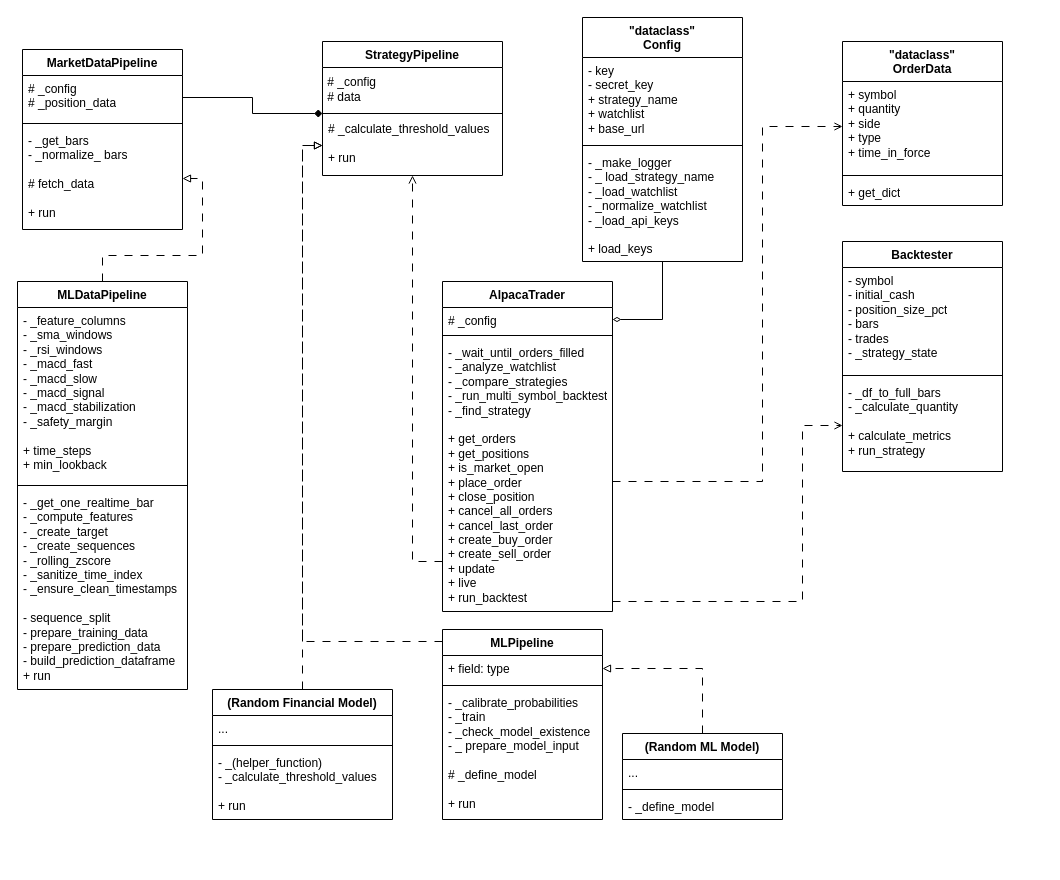
The draw.io diagram figures/backend_design.drawio in MiladTootoonchi/Live-Trading-Platform, before the edit. Source tidied: cells renumbered, new cells numbered last; positions are measured from the earlier drawing's top-left corner, leaving out a move shared by most shapes. Both pictures are drawn from the tidied source at 100%, with x=0, y=0 at pixel (17, 17).
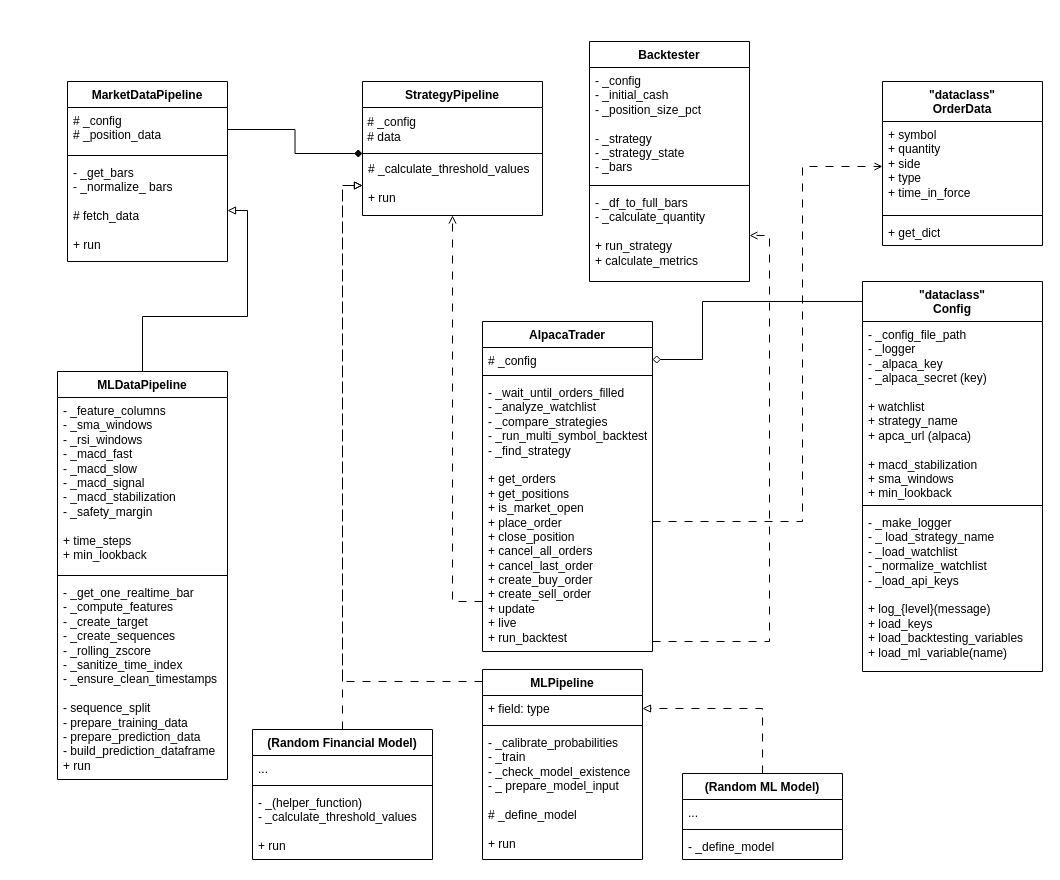
After the change.

Commit message:
Updated config and backtester, and some arrows

The change refers to these unchanged cells:
```xml
<mxCell id="5" value="&lt;div&gt;- _get_bars&lt;span style=&quot;background-color: transparent; color: light-dark(rgb(0, 0, 0), rgb(255, 255, 255));&quot;&gt;&lt;/span&gt;&lt;/div&gt;&lt;div&gt;- _normalize_ bars&lt;/div&gt;&lt;div&gt;&lt;br&gt;&lt;/div&gt;&lt;div&gt;&lt;span style=&quot;background-color: transparent; color: light-dark(rgb(0, 0, 0), rgb(255, 255, 255));&quot;&gt;# fetch_data&lt;/span&gt;&lt;/div&gt;&lt;div&gt;&lt;span style=&quot;background-color: transparent; color: light-dark(rgb(0, 0, 0), rgb(255, 255, 255));&quot;&gt;&lt;br&gt;&lt;/span&gt;&lt;/div&gt;&lt;div&gt;&lt;span style=&quot;background-color: transparent; color: light-dark(rgb(0, 0, 0), rgb(255, 255, 255));&quot;&gt;+ run&lt;/span&gt;&lt;/div&gt;" style="text;strokeColor=none;fillColor=none;align=left;verticalAlign=top;spacingLeft=4;spacingRight=4;overflow=hidden;points=[[0,0.5],[1,0.5]];portConstraint=eastwest;whiteSpace=wrap;html=1;" parent="2" vertex="1">
  <mxGeometry y="78" width="160" height="102" as="geometry" />
</mxCell>
<mxCell id="19" value="&lt;div&gt;# _calculate_threshold_values&amp;nbsp;&lt;/div&gt;&lt;div&gt;&lt;br&gt;&lt;/div&gt;+ run" style="text;strokeColor=none;fillColor=none;align=left;verticalAlign=top;spacingLeft=4;spacingRight=4;overflow=hidden;points=[[0,0.5],[1,0.5]];portConstraint=eastwest;whiteSpace=wrap;html=1;" parent="16" vertex="1">
  <mxGeometry y="74" width="180" height="60" as="geometry" />
</mxCell>
<mxCell id="26" value="# _config" style="text;strokeColor=none;fillColor=none;align=left;verticalAlign=top;spacingLeft=4;spacingRight=4;overflow=hidden;points=[[0,0.5],[1,0.5]];portConstraint=eastwest;whiteSpace=wrap;html=1;" parent="25" vertex="1">
  <mxGeometry y="26" width="170" height="24" as="geometry" />
</mxCell>
<mxCell id="28" value="- _wait_until_orders_filled&lt;div&gt;- _analyze_watchlist&lt;/div&gt;&lt;div&gt;- _compare_strategies&lt;/div&gt;&lt;div&gt;- _run_multi_symbol_backtest&lt;/div&gt;&lt;div&gt;- _find_strategy&lt;/div&gt;&lt;div&gt;&lt;br&gt;&lt;/div&gt;&lt;div&gt;+ get_orders&lt;/div&gt;&lt;div&gt;+ get_positions&lt;/div&gt;&lt;div&gt;+ is_market_open&lt;/div&gt;&lt;div&gt;+ place_order&lt;/div&gt;&lt;div&gt;+ close_position&lt;/div&gt;&lt;div&gt;+ cancel_all_orders&lt;/div&gt;&lt;div&gt;+ cancel_last_order&lt;/div&gt;&lt;div&gt;+ create_buy_order&lt;/div&gt;&lt;div&gt;+ create_sell_order&lt;/div&gt;&lt;div&gt;+ update&lt;/div&gt;&lt;div&gt;+ live&lt;/div&gt;&lt;div&gt;+ run_backtest&lt;/div&gt;" style="text;strokeColor=none;fillColor=none;align=left;verticalAlign=top;spacingLeft=4;spacingRight=4;overflow=hidden;points=[[0,0.5],[1,0.5]];portConstraint=eastwest;whiteSpace=wrap;html=1;" parent="25" vertex="1">
  <mxGeometry y="58" width="170" height="272" as="geometry" />
</mxCell>
<mxCell id="46" value="+ symbol&lt;div&gt;+ quantity&amp;nbsp;&lt;/div&gt;&lt;div&gt;+ side&lt;/div&gt;&lt;div&gt;+ type&amp;nbsp;&lt;/div&gt;&lt;div&gt;+ time_in_force&lt;/div&gt;" style="text;strokeColor=none;fillColor=none;align=left;verticalAlign=top;spacingLeft=4;spacingRight=4;overflow=hidden;points=[[0,0.5],[1,0.5]];portConstraint=eastwest;whiteSpace=wrap;html=1;" parent="45" vertex="1">
  <mxGeometry y="40" width="160" height="90" as="geometry" />
</mxCell>
```

Diff of the diagram source:
```diff
@@
     <mxCell id="2" value="Market&lt;span style=&quot;background-color: transparent; color: light-dark(rgb(0, 0, 0), rgb(255, 255, 255));&quot;&gt;DataPipeline&lt;/span&gt;" style="swimlane;fontStyle=1;align=center;verticalAlign=top;horizontal=1;startSize=26;whiteSpace=wrap;html=1;" parent="1" vertex="1">
-      <mxGeometry x="5" y="32" width="160" height="180" as="geometry" />
+      <mxGeometry x="50" y="64" width="160" height="180" as="geometry" />
     </mxCell>
@@
-    <mxCell id="6" style="edgeStyle=orthogonalEdgeStyle;rounded=0;jettySize=auto;html=1;entryX=1;entryY=0.5;entryDx=0;entryDy=0;endArrow=diamondThin;endFill=0;" parent="1" edge="1" source="7" target="26">
-      <mxGeometry relative="1" as="geometry" />
+    <mxCell id="6" style="edgeStyle=orthogonalEdgeStyle;rounded=0;jettySize=auto;html=1;entryX=1;entryY=0.5;entryDx=0;entryDy=0;endArrow=diamond;endFill=0;" parent="1" edge="1" source="7" target="26">
+      <mxGeometry relative="1" as="geometry">
+        <Array as="points">
+          <mxPoint x="685" y="284" />
+          <mxPoint x="685" y="342" />
+        </Array>
+      </mxGeometry>
     </mxCell>
     <mxCell id="7" value="&lt;div&gt;&quot;dataclass&quot;&lt;/div&gt;Config" style="swimlane;fontStyle=1;align=center;verticalAlign=top;horizontal=1;startSize=40;whiteSpace=wrap;html=1;" parent="1" vertex="1">
-      <mxGeometry x="565" width="160" height="244" as="geometry" />
+      <mxGeometry x="845" y="264" width="180" height="390" as="geometry" />
     </mxCell>
-    <mxCell id="8" value="- key&lt;div&gt;- secret_key&lt;/div&gt;&lt;div&gt;+ strategy_name&lt;/div&gt;&lt;div&gt;+ watchlist&lt;/div&gt;&lt;div&gt;+ base_url&lt;/div&gt;" style="text;strokeColor=none;fillColor=none;align=left;verticalAlign=top;spacingLeft=4;spacingRight=4;overflow=hidden;whiteSpace=wrap;html=1;" parent="7" vertex="1">
-      <mxGeometry y="40" width="160" height="84" as="geometry" />
-    </mxCell>
-    <mxCell id="9" style="line;strokeWidth=1;fillColor=none;align=left;verticalAlign=middle;spacingTop=-1;spacingLeft=3;spacingRight=3;labelPosition=right;strokeColor=inherit;" parent="7" vertex="1">
-      <mxGeometry y="124" width="160" height="8" as="geometry" />
-    </mxCell>
-    <mxCell id="10" value="&lt;div&gt;- _make_logger&lt;/div&gt;&lt;div&gt;- _ load_strategy_name&lt;/div&gt;&lt;div&gt;- _load_watchlist&lt;/div&gt;&lt;div&gt;- _normalize_watchlist&lt;/div&gt;&lt;div&gt;- _load_api_keys&lt;/div&gt;&lt;div&gt;&lt;br&gt;&lt;/div&gt;&lt;div&gt;+ load_keys&lt;/div&gt;" style="text;strokeColor=none;fillColor=none;align=left;verticalAlign=top;spacingLeft=4;spacingRight=4;overflow=hidden;whiteSpace=wrap;html=1;" parent="7" vertex="1">
-      <mxGeometry y="132" width="160" height="112" as="geometry" />
-    </mxCell>
+    <mxCell id="51" value="- _config_file_path&lt;div&gt;- _logger&lt;/div&gt;&lt;div&gt;- _alpaca_key&lt;/div&gt;&lt;div&gt;- _alpaca_secret (key)&lt;/div&gt;&lt;div&gt;&lt;br&gt;&lt;/div&gt;&lt;div&gt;+ watchlist&lt;/div&gt;&lt;div&gt;+ strategy_name&lt;/div&gt;&lt;div&gt;+ apca_url (alpaca)&lt;/div&gt;&lt;div&gt;&lt;br&gt;&lt;/div&gt;&lt;div&gt;+ macd_stabilization&lt;/div&gt;&lt;div&gt;+ sma_windows&lt;/div&gt;&lt;div&gt;+ min_lookback&lt;/div&gt;&lt;div&gt;&lt;br&gt;&lt;/div&gt;" style="text;strokeColor=none;fillColor=none;align=left;verticalAlign=top;spacingLeft=4;spacingRight=4;overflow=hidden;whiteSpace=wrap;html=1;" parent="7" vertex="1">
+      <mxGeometry y="40" width="180" height="180" as="geometry" />
+    </mxCell>
+    <mxCell id="52" style="line;strokeWidth=1;fillColor=none;align=left;verticalAlign=middle;spacingTop=-1;spacingLeft=3;spacingRight=3;labelPosition=right;strokeColor=inherit;" parent="7" vertex="1">
+      <mxGeometry y="220" width="180" height="8" as="geometry" />
+    </mxCell>
+    <mxCell id="53" value="&lt;div&gt;- _make_logger&lt;/div&gt;&lt;div&gt;- _ load_strategy_name&lt;/div&gt;&lt;div&gt;- _load_watchlist&lt;/div&gt;&lt;div&gt;- _normalize_watchlist&lt;/div&gt;&lt;div&gt;- _load_api_keys&lt;/div&gt;&lt;div&gt;&lt;br&gt;&lt;/div&gt;&lt;div&gt;+ log_{level}(message)&lt;/div&gt;&lt;div&gt;+ load_keys&lt;/div&gt;&lt;div&gt;+ load_backtesting_variables&lt;/div&gt;&lt;div&gt;+ load_ml_variable(name)&lt;/div&gt;" style="text;strokeColor=none;fillColor=none;align=left;verticalAlign=top;spacingLeft=4;spacingRight=4;overflow=hidden;whiteSpace=wrap;html=1;" parent="7" vertex="1">
+      <mxGeometry y="228" width="180" height="162" as="geometry" />
+    </mxCell>
-    <mxCell id="11" style="edgeStyle=orthogonalEdgeStyle;rounded=0;jettySize=auto;html=1;entryX=1;entryY=0.5;entryDx=0;entryDy=0;endArrow=block;endFill=0;dashed=1;dashPattern=8 8;" parent="1" edge="1" source="12" target="5">
+    <mxCell id="11" style="edgeStyle=orthogonalEdgeStyle;rounded=0;jettySize=auto;html=1;entryX=1;entryY=0.5;entryDx=0;entryDy=0;endArrow=block;endFill=0;" parent="1" edge="1" source="12" target="5">
       <mxGeometry relative="1" as="geometry" />
     </mxCell>
     <mxCell id="12" value="MLDataPipeline" style="swimlane;fontStyle=1;align=center;verticalAlign=top;horizontal=1;startSize=26;whiteSpace=wrap;html=1;" parent="1" vertex="1">
-      <mxGeometry y="264" width="170" height="408" as="geometry" />
+      <mxGeometry x="40" y="354" width="170" height="408" as="geometry" />
     </mxCell>
@@
     <mxCell id="16" value="StrategyPipeline" style="swimlane;fontStyle=1;align=center;verticalAlign=top;horizontal=1;startSize=26;whiteSpace=wrap;html=1;" parent="1" vertex="1">
-      <mxGeometry x="305" y="24" width="180" height="134" as="geometry" />
+      <mxGeometry x="345" y="64" width="180" height="134" as="geometry" />
     </mxCell>
@@
     <mxCell id="20" style="edgeStyle=orthogonalEdgeStyle;rounded=0;jettySize=auto;html=1;entryX=0;entryY=0.5;entryDx=0;entryDy=0;dashed=1;dashPattern=8 8;endArrow=block;endFill=0;" parent="1" edge="1" source="21" target="19">
       <mxGeometry relative="1" as="geometry">
         <Array as="points">
-          <mxPoint x="285" y="624" />
-          <mxPoint x="285" y="128" />
+          <mxPoint x="325" y="664" />
+          <mxPoint x="325" y="168" />
         </Array>
       </mxGeometry>
     </mxCell>
     <mxCell id="21" value="ML&lt;span style=&quot;background-color: transparent; color: light-dark(rgb(0, 0, 0), rgb(255, 255, 255));&quot;&gt;Pipeline&lt;/span&gt;" style="swimlane;fontStyle=1;align=center;verticalAlign=top;horizontal=1;startSize=26;whiteSpace=wrap;html=1;" parent="1" vertex="1">
-      <mxGeometry x="425" y="612" width="160" height="190" as="geometry" />
+      <mxGeometry x="465" y="652" width="160" height="190" as="geometry" />
     </mxCell>
@@
-    <mxCell id="23" style="line;strokeWidth=1;fillColor=none;align=left;verticalAlign=middle;spacingTop=-1;spacingLeft=3;spacingRight=3;labelPosition=right;strokeColor=inherit;" parent="21" vertex="1">
-      <mxGeometry y="52" width="160" height="8" as="geometry" />
-    </mxCell>
+    <mxCell id="54" style="line;strokeWidth=1;fillColor=none;align=left;verticalAlign=middle;spacingTop=-1;spacingLeft=3;spacingRight=3;labelPosition=right;strokeColor=inherit;" parent="21" vertex="1">
+      <mxGeometry y="52" width="160" height="8" as="geometry" />
+    </mxCell>
@@
     <mxCell id="25" value="AlpacaTrader" style="swimlane;fontStyle=1;align=center;verticalAlign=top;horizontal=1;startSize=26;whiteSpace=wrap;html=1;" parent="1" vertex="1">
-      <mxGeometry x="425" y="264" width="170" height="330" as="geometry" />
+      <mxGeometry x="465" y="304" width="170" height="330" as="geometry" />
     </mxCell>
@@
     <mxCell id="31" value="(Random ML Model)" style="swimlane;fontStyle=1;align=center;verticalAlign=top;horizontal=1;startSize=26;whiteSpace=wrap;html=1;" parent="1" vertex="1">
-      <mxGeometry x="605" y="716" width="160" height="86" as="geometry" />
+      <mxGeometry x="665" y="756" width="160" height="86" as="geometry" />
     </mxCell>
@@
-    <mxCell id="33" style="line;strokeWidth=1;fillColor=none;align=left;verticalAlign=middle;spacingTop=-1;spacingLeft=3;spacingRight=3;labelPosition=right;strokeColor=inherit;" parent="31" vertex="1">
-      <mxGeometry y="52" width="160" height="8" as="geometry" />
-    </mxCell>
+    <mxCell id="55" style="line;strokeWidth=1;fillColor=none;align=left;verticalAlign=middle;spacingTop=-1;spacingLeft=3;spacingRight=3;labelPosition=right;strokeColor=inherit;" parent="31" vertex="1">
+      <mxGeometry y="52" width="160" height="8" as="geometry" />
+    </mxCell>
@@
     <mxCell id="36" value="(Random Financial Model)" style="swimlane;fontStyle=1;align=center;verticalAlign=top;horizontal=1;startSize=26;whiteSpace=wrap;html=1;" parent="1" vertex="1">
-      <mxGeometry x="195" y="672" width="180" height="130" as="geometry" />
+      <mxGeometry x="235" y="712" width="180" height="130" as="geometry" />
     </mxCell>
@@
     <mxCell id="40" style="edgeStyle=orthogonalEdgeStyle;rounded=0;jettySize=auto;html=1;endArrow=open;endFill=0;dashed=1;dashPattern=8 8;" parent="1" edge="1" source="28" target="19">
       <mxGeometry relative="1" as="geometry">
         <Array as="points">
-          <mxPoint x="395" y="544" />
+          <mxPoint x="435" y="584" />
         </Array>
       </mxGeometry>
     </mxCell>
     <mxCell id="41" value="Backtester" style="swimlane;fontStyle=1;align=center;verticalAlign=top;horizontal=1;startSize=26;whiteSpace=wrap;html=1;" parent="1" vertex="1">
-      <mxGeometry x="825" y="224" width="160" height="230" as="geometry" />
+      <mxGeometry x="572" y="24" width="160" height="240" as="geometry" />
     </mxCell>
-    <mxCell id="42" value="- symbol&lt;div&gt;- initial_cash&lt;/div&gt;&lt;div&gt;- position_size_pct&lt;/div&gt;&lt;div&gt;- bars&lt;/div&gt;&lt;div&gt;- trades&lt;/div&gt;&lt;div&gt;- _strategy_state&lt;/div&gt;" style="text;strokeColor=none;fillColor=none;align=left;verticalAlign=top;spacingLeft=4;spacingRight=4;overflow=hidden;whiteSpace=wrap;html=1;" parent="41" vertex="1">
-      <mxGeometry y="26" width="160" height="104" as="geometry" />
-    </mxCell>
-    <mxCell id="43" style="line;strokeWidth=1;fillColor=none;align=left;verticalAlign=middle;spacingTop=-1;spacingLeft=3;spacingRight=3;labelPosition=right;strokeColor=inherit;" parent="41" vertex="1">
-      <mxGeometry y="130" width="160" height="8" as="geometry" />
-    </mxCell>
-    <mxCell id="44" value="- _df_to_full_bars&lt;div&gt;- _calculate_quantity&lt;/div&gt;&lt;div&gt;&lt;br&gt;&lt;/div&gt;&lt;div&gt;+ calculate_metrics&lt;/div&gt;&lt;div&gt;+ run_strategy&lt;/div&gt;" style="text;strokeColor=none;fillColor=none;align=left;verticalAlign=top;spacingLeft=4;spacingRight=4;overflow=hidden;points=[[0,0.5],[1,0.5]];portConstraint=eastwest;whiteSpace=wrap;html=1;" parent="41" vertex="1">
-      <mxGeometry y="138" width="160" height="92" as="geometry" />
-    </mxCell>
+    <mxCell id="56" value="&lt;div&gt;- _config&lt;/div&gt;&lt;div&gt;&lt;div&gt;- _initial_cash&lt;/div&gt;&lt;div&gt;- _position_size_pct&lt;/div&gt;&lt;/div&gt;&lt;div&gt;&lt;br&gt;&lt;/div&gt;&lt;div&gt;- _strategy&lt;/div&gt;&lt;div&gt;- _strategy_state&lt;/div&gt;&lt;div&gt;- _bars&lt;/div&gt;" style="text;strokeColor=none;fillColor=none;align=left;verticalAlign=top;spacingLeft=4;spacingRight=4;overflow=hidden;whiteSpace=wrap;html=1;" parent="41" vertex="1">
+      <mxGeometry y="26" width="160" height="114" as="geometry" />
+    </mxCell>
+    <mxCell id="57" style="line;strokeWidth=1;fillColor=none;align=left;verticalAlign=middle;spacingTop=-1;spacingLeft=3;spacingRight=3;labelPosition=right;strokeColor=inherit;" parent="41" vertex="1">
+      <mxGeometry y="140" width="160" height="8" as="geometry" />
+    </mxCell>
+    <mxCell id="58" value="- _df_to_full_bars&lt;div&gt;- _calculate_quantity&lt;/div&gt;&lt;div&gt;&lt;br&gt;&lt;/div&gt;&lt;div&gt;+ run_strategy&lt;/div&gt;&lt;div&gt;+ calculate_metrics&lt;/div&gt;" style="text;strokeColor=none;fillColor=none;align=left;verticalAlign=top;spacingLeft=4;spacingRight=4;overflow=hidden;points=[[0,0.5],[1,0.5]];portConstraint=eastwest;whiteSpace=wrap;html=1;" parent="41" vertex="1">
+      <mxGeometry y="148" width="160" height="92" as="geometry" />
+    </mxCell>
     <mxCell id="45" value="&lt;div&gt;&quot;dataclass&quot;&lt;/div&gt;OrderData" style="swimlane;fontStyle=1;align=center;verticalAlign=top;horizontal=1;startSize=40;whiteSpace=wrap;html=1;" parent="1" vertex="1">
-      <mxGeometry x="825" y="24" width="160" height="164" as="geometry" />
+      <mxGeometry x="865" y="64" width="160" height="164" as="geometry" />
     </mxCell>
@@
-    <mxCell id="47" style="line;strokeWidth=1;fillColor=none;align=left;verticalAlign=middle;spacingTop=-1;spacingLeft=3;spacingRight=3;labelPosition=right;strokeColor=inherit;" parent="45" vertex="1">
-      <mxGeometry y="130" width="160" height="8" as="geometry" />
-    </mxCell>
+    <mxCell id="59" style="line;strokeWidth=1;fillColor=none;align=left;verticalAlign=middle;spacingTop=-1;spacingLeft=3;spacingRight=3;labelPosition=right;strokeColor=inherit;" parent="45" vertex="1">
+      <mxGeometry y="130" width="160" height="8" as="geometry" />
+    </mxCell>
@@
-    <mxCell id="49" style="edgeStyle=orthogonalEdgeStyle;rounded=0;jettySize=auto;html=1;entryX=0;entryY=0.5;entryDx=0;entryDy=0;endArrow=open;endFill=0;dashed=1;dashPattern=8 8;" parent="1" edge="1" source="28" target="44">
-      <mxGeometry relative="1" as="geometry">
-        <Array as="points">
-          <mxPoint x="785" y="584" />
-          <mxPoint x="785" y="408" />
-        </Array>
-      </mxGeometry>
-    </mxCell>
     <mxCell id="50" style="edgeStyle=orthogonalEdgeStyle;rounded=0;jettySize=auto;html=1;entryX=0;entryY=0.5;entryDx=0;entryDy=0;endArrow=open;endFill=0;dashed=1;dashPattern=8 8;" parent="1" edge="1" source="28" target="46">
       <mxGeometry relative="1" as="geometry">
         <Array as="points">
-          <mxPoint x="745" y="464" />
-          <mxPoint x="745" y="109" />
+          <mxPoint x="785" y="504" />
+          <mxPoint x="785" y="149" />
         </Array>
       </mxGeometry>
     </mxCell>
+    <mxCell id="60" style="edgeStyle=orthogonalEdgeStyle;rounded=0;jettySize=auto;html=1;entryX=1;entryY=0.5;entryDx=0;entryDy=0;dashed=1;endArrow=open;endFill=0;dashPattern=8 8;" parent="1" edge="1" source="28" target="58">
+      <mxGeometry relative="1" as="geometry">
+        <Array as="points">
+          <mxPoint x="752" y="624" />
+          <mxPoint x="752" y="218" />
+        </Array>
+      </mxGeometry>
+    </mxCell>
```
